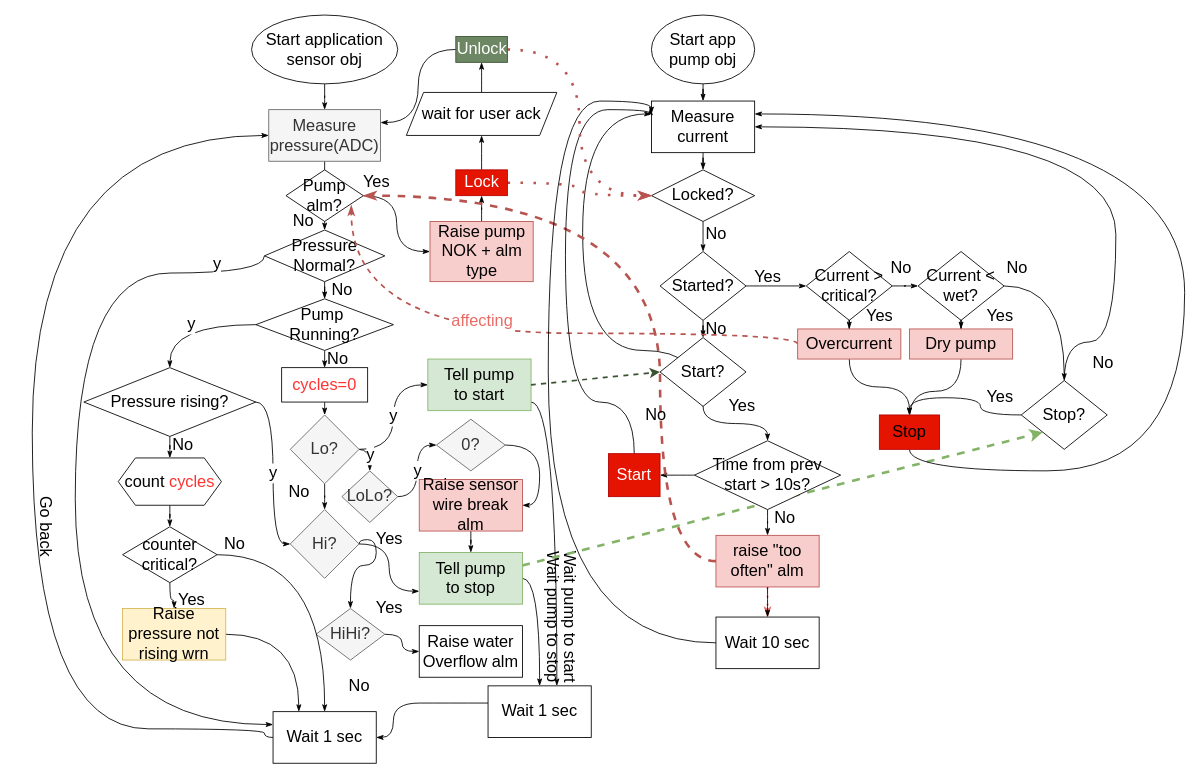
This is page "Algo" (2 of 2) of PumpDriver.drawio from megavad/Diagrams, a draw.io file, before an edit. Source tidied: cells renumbered, new cells numbered last; positions are measured from the earlier drawing's top-left corner, leaving out a move shared by most shapes. Both pictures are drawn from the tidied source at 86%, with x=0, y=0 at pixel (6, 15).
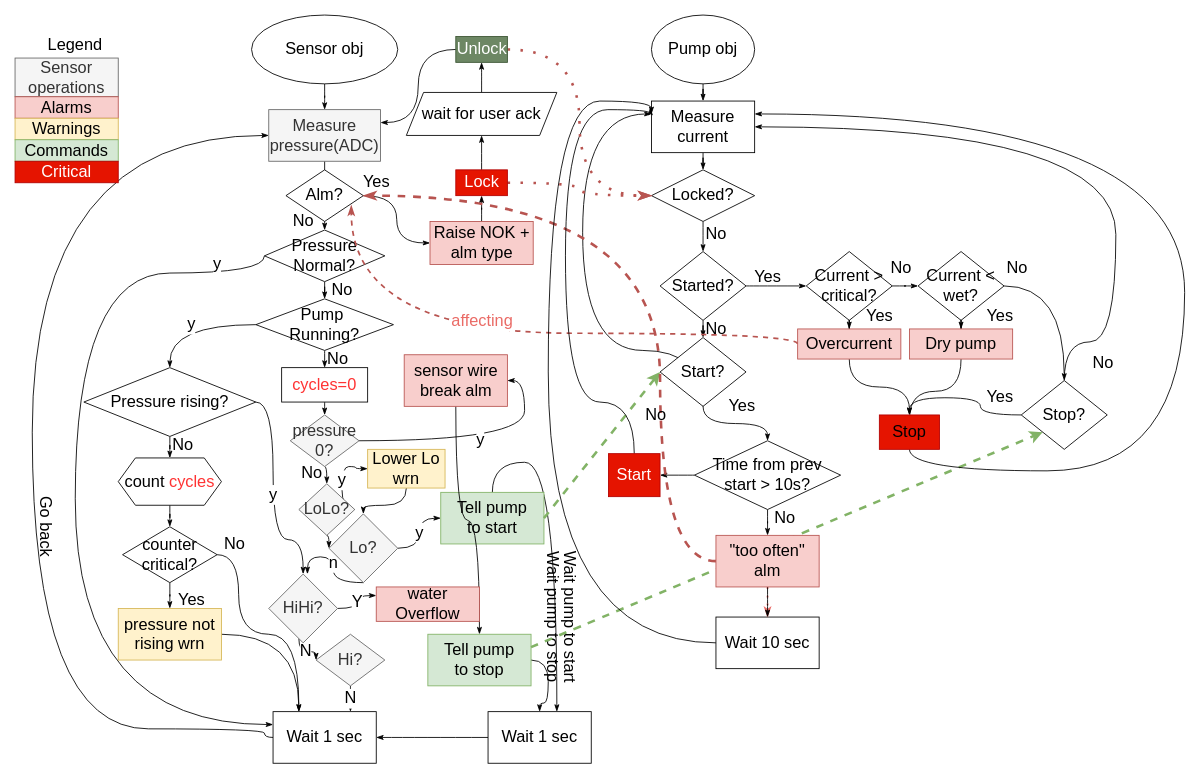
After the change.

The change refers to these unchanged cells:
```xml
<mxCell id="20" value="Wait 1 sec" style="rounded=0;whiteSpace=wrap;html=1;fontSize=19;strokeWidth=1;" parent="1" vertex="1">
  <mxGeometry x="310" y="810" width="120" height="60" as="geometry" />
</mxCell>
<mxCell id="49" value="Start?" style="rhombus;whiteSpace=wrap;html=1;fontSize=19;strokeWidth=1;" parent="1" vertex="1">
  <mxGeometry x="760" y="375" width="100" height="80" as="geometry" />
</mxCell>
<mxCell id="66" value="Pressure rising?" style="rhombus;whiteSpace=wrap;html=1;fontSize=19;strokeWidth=1;" parent="1" vertex="1">
  <mxGeometry x="90" y="410" width="200" height="80" as="geometry" />
</mxCell>
<mxCell id="112" value="counter critical?" style="rhombus;whiteSpace=wrap;html=1;fontSize=19;fontColor=#000000;strokeWidth=1;" parent="1" vertex="1">
  <mxGeometry x="135" y="595" width="110" height="65" as="geometry" />
</mxCell>
<mxCell id="127" value="&lt;span style=&quot;caret-color: rgb(255, 51, 51); color: rgb(255, 51, 51);&quot;&gt;cycles=0&lt;/span&gt;" style="rounded=0;whiteSpace=wrap;html=1;fontSize=19;fontColor=#000000;strokeWidth=1;" parent="1" vertex="1">
  <mxGeometry x="320" y="410" width="100" height="40" as="geometry" />
</mxCell>
```

The edit, as a diff of the source:
```diff
@@
-    <mxCell id="3" value="Start application sensor obj" style="ellipse;whiteSpace=wrap;html=1;fontSize=19;strokeWidth=1;" parent="1" vertex="1">
+    <mxCell id="3" value="Sensor obj" style="ellipse;whiteSpace=wrap;html=1;fontSize=19;strokeWidth=1;" parent="1" vertex="1">
       <mxGeometry x="285" width="170" height="80" as="geometry" />
     </mxCell>
@@
-    <mxCell id="6" style="edgeStyle=orthogonalEdgeStyle;curved=1;jettySize=auto;html=1;exitX=0.5;exitY=1;exitDx=0;exitDy=0;fontSize=19;endArrow=classicThin;endFill=1;strokeColor=default;strokeWidth=1;" parent="1" edge="1" source="9" target="14">
-      <mxGeometry relative="1" as="geometry" />
+    <mxCell id="6" value="n" style="edgeStyle=orthogonalEdgeStyle;curved=1;jettySize=auto;html=1;exitX=0.5;exitY=1;exitDx=0;exitDy=0;fontSize=19;endArrow=classicThin;endFill=1;strokeColor=default;strokeWidth=1;" parent="1" edge="1" source="9">
+      <mxGeometry relative="1" as="geometry">
+        <mxPoint x="350" y="650" as="targetPoint" />
+        <Array as="points">
+          <mxPoint x="380" y="660" />
+          <mxPoint x="380" y="630" />
+          <mxPoint x="350" y="630" />
+        </Array>
+      </mxGeometry>
     </mxCell>
@@
-    <mxCell id="8" value="y" style="edgeStyle=orthogonalEdgeStyle;curved=1;jettySize=auto;html=1;exitX=1;exitY=0.5;exitDx=0;exitDy=0;fontSize=19;fontColor=#000000;endArrow=classicThin;endFill=1;strokeColor=#000000;strokeWidth=1;entryX=0.5;entryY=0;entryDx=0;entryDy=0;" parent="1" edge="1" source="9" target="11">
-      <mxGeometry relative="1" as="geometry" />
-    </mxCell>
     <mxCell id="9" value="Lo?" style="rhombus;whiteSpace=wrap;html=1;fontSize=19;strokeWidth=1;fillColor=#f5f5f5;fontColor=#333333;strokeColor=#666666;" parent="1" vertex="1">
-      <mxGeometry x="330" y="465" width="80" height="80" as="geometry" />
+      <mxGeometry x="375" y="580" width="80" height="80" as="geometry" />
     </mxCell>
-    <mxCell id="10" value="y" style="edgeStyle=orthogonalEdgeStyle;curved=1;jettySize=auto;html=1;fontSize=19;endArrow=classicThin;endFill=1;strokeColor=default;strokeWidth=1;" parent="1" edge="1" source="11" target="71">
-      <mxGeometry relative="1" as="geometry" />
-    </mxCell>
+    <mxCell id="128" value="y" style="edgeStyle=orthogonalEdgeStyle;curved=1;jettySize=auto;html=1;exitX=1;exitY=0.5;exitDx=0;exitDy=0;fontSize=19;fontColor=#000000;endArrow=classicThin;endFill=1;strokeColor=#000000;strokeWidth=1;entryX=0;entryY=0.5;entryDx=0;entryDy=0;" parent="1" edge="1" source="11" target="134">
+      <mxGeometry relative="1" as="geometry">
+        <Array as="points">
+          <mxPoint x="390" y="575" />
+          <mxPoint x="390" y="525" />
+          <mxPoint x="406" y="525" />
+          <mxPoint x="406" y="528" />
+        </Array>
+      </mxGeometry>
+    </mxCell>
+    <mxCell id="129" style="edgeStyle=orthogonalEdgeStyle;curved=1;jettySize=auto;html=1;exitX=0.5;exitY=1;exitDx=0;exitDy=0;entryX=0;entryY=0.5;entryDx=0;entryDy=0;fontSize=19;fontColor=#000000;endArrow=classicThin;endFill=1;strokeColor=#000000;strokeWidth=1;" parent="1" edge="1" source="11" target="9">
+      <mxGeometry relative="1" as="geometry" />
+    </mxCell>
     <mxCell id="11" value="LoLo?" style="rhombus;whiteSpace=wrap;html=1;fontSize=19;strokeWidth=1;fillColor=#f5f5f5;fontColor=#333333;strokeColor=#666666;" parent="1" vertex="1">
-      <mxGeometry x="390" y="530" width="65" height="60" as="geometry" />
+      <mxGeometry x="340" y="545" width="65" height="60" as="geometry" />
     </mxCell>
-    <mxCell id="12" style="edgeStyle=orthogonalEdgeStyle;curved=1;jettySize=auto;html=1;entryX=0;entryY=0.75;entryDx=0;entryDy=0;fontSize=19;endArrow=classicThin;endFill=1;strokeColor=default;strokeWidth=1;" parent="1" edge="1" source="14" target="29">
+    <mxCell id="12" value="Y" style="edgeStyle=orthogonalEdgeStyle;curved=1;jettySize=auto;html=1;entryX=0;entryY=0.25;entryDx=0;entryDy=0;fontSize=19;endArrow=classicThin;endFill=1;strokeColor=default;strokeWidth=1;" parent="1" edge="1" source="14" target="42">
       <mxGeometry relative="1" as="geometry" />
     </mxCell>
-    <mxCell id="13" style="edgeStyle=orthogonalEdgeStyle;curved=1;jettySize=auto;html=1;entryX=0.5;entryY=0;entryDx=0;entryDy=0;fontSize=19;endArrow=classicThin;endFill=1;strokeColor=default;strokeWidth=1;exitX=1;exitY=0.5;exitDx=0;exitDy=0;" parent="1" edge="1" source="14" target="16">
+    <mxCell id="13" value="N" style="edgeStyle=orthogonalEdgeStyle;curved=1;jettySize=auto;html=1;entryX=0;entryY=0.5;entryDx=0;entryDy=0;fontSize=19;fontColor=#000000;endArrow=classicThin;endFill=1;strokeColor=#000000;strokeWidth=1;" parent="1" edge="1" source="14" target="16">
       <mxGeometry relative="1" as="geometry">
         <Array as="points">
-          <mxPoint x="430" y="610" />
-          <mxPoint x="430" y="640" />
-          <mxPoint x="400" y="640" />
+          <mxPoint x="340" y="740" />
         </Array>
       </mxGeometry>
     </mxCell>
-    <mxCell id="14" value="Hi?" style="rhombus;whiteSpace=wrap;html=1;fontSize=19;strokeWidth=1;fillColor=#f5f5f5;fontColor=#333333;strokeColor=#666666;" parent="1" vertex="1">
-      <mxGeometry x="330" y="575" width="80" height="80" as="geometry" />
+    <mxCell id="14" value="HiHi?" style="rhombus;whiteSpace=wrap;html=1;fontSize=19;strokeWidth=1;fillColor=#f5f5f5;fontColor=#333333;strokeColor=#666666;direction=south;" parent="1" vertex="1">
+      <mxGeometry x="305" y="650" width="80" height="80" as="geometry" />
     </mxCell>
-    <mxCell id="15" style="edgeStyle=orthogonalEdgeStyle;curved=1;jettySize=auto;html=1;fontSize=19;endArrow=classicThin;endFill=1;strokeColor=default;strokeWidth=1;" parent="1" edge="1" source="16" target="42">
-      <mxGeometry relative="1" as="geometry" />
-    </mxCell>
+    <mxCell id="130" value="N" style="edgeStyle=orthogonalEdgeStyle;curved=1;jettySize=auto;html=1;exitX=0.5;exitY=1;exitDx=0;exitDy=0;entryX=0.75;entryY=0;entryDx=0;entryDy=0;fontSize=19;fontColor=#000000;endArrow=classicThin;endFill=1;strokeColor=#000000;strokeWidth=1;" parent="1" edge="1" source="16" target="20">
+      <mxGeometry relative="1" as="geometry" />
+    </mxCell>
-    <mxCell id="16" value="HiHi?" style="rhombus;whiteSpace=wrap;html=1;fontSize=19;strokeWidth=1;fillColor=#f5f5f5;fontColor=#333333;strokeColor=#666666;" parent="1" vertex="1">
-      <mxGeometry x="360" y="690" width="80" height="60" as="geometry" />
+    <mxCell id="16" value="Hi?" style="rhombus;whiteSpace=wrap;html=1;fontSize=19;strokeWidth=1;fillColor=#f5f5f5;fontColor=#333333;strokeColor=#666666;" parent="1" vertex="1">
+      <mxGeometry x="360" y="720" width="80" height="60" as="geometry" />
     </mxCell>
     <mxCell id="17" value="No" style="text;html=1;align=center;verticalAlign=middle;strokeColor=none;fillColor=none;fontSize=19;" parent="1" vertex="1">
-      <mxGeometry x="315" y="535" width="50" height="40" as="geometry" />
+      <mxGeometry x="330" y="512.5" width="50" height="40" as="geometry" />
     </mxCell>
-    <mxCell id="18" value="No" style="text;html=1;align=center;verticalAlign=middle;strokeColor=none;fillColor=none;fontSize=19;" parent="1" vertex="1">
-      <mxGeometry x="385" y="760" width="50" height="40" as="geometry" />
-    </mxCell>
@@
     <mxCell id="21" style="edgeStyle=orthogonalEdgeStyle;curved=1;jettySize=auto;html=1;fontSize=19;endArrow=classicThin;endFill=1;strokeColor=default;strokeWidth=1;" parent="1" edge="1" source="22" target="32">
       <mxGeometry relative="1" as="geometry">
         <Array as="points">
-          <mxPoint x="640" y="450" />
+          <mxPoint x="565" y="520" />
+          <mxPoint x="640" y="520" />
         </Array>
       </mxGeometry>
     </mxCell>
     <mxCell id="22" value="Tell pump&lt;br&gt;to start" style="whiteSpace=wrap;html=1;fontSize=19;strokeWidth=1;fillColor=#d5e8d4;strokeColor=#82b366;" parent="1" vertex="1">
-      <mxGeometry x="490" y="400" width="120" height="60" as="geometry" />
+      <mxGeometry x="505" y="555" width="120" height="60" as="geometry" />
     </mxCell>
@@
     <mxCell id="29" value="Tell pump&lt;br&gt;to stop" style="whiteSpace=wrap;html=1;fontSize=19;strokeWidth=1;fillColor=#d5e8d4;strokeColor=#82b366;" parent="1" vertex="1">
-      <mxGeometry x="480" y="625" width="120" height="60" as="geometry" />
+      <mxGeometry x="490" y="720" width="120" height="60" as="geometry" />
     </mxCell>
-    <mxCell id="30" value="Yes" style="text;html=1;align=center;verticalAlign=middle;strokeColor=none;fillColor=none;fontSize=19;" parent="1" vertex="1">
-      <mxGeometry x="420" y="590" width="50" height="40" as="geometry" />
-    </mxCell>
     <mxCell id="31" style="edgeStyle=orthogonalEdgeStyle;curved=1;jettySize=auto;html=1;entryX=1;entryY=0.5;entryDx=0;entryDy=0;fontSize=19;endArrow=classicThin;endFill=1;strokeColor=default;strokeWidth=1;" parent="1" edge="1" source="32" target="20">
       <mxGeometry relative="1" as="geometry">
         <Array as="points">
-          <mxPoint x="510" y="800" />
-          <mxPoint x="450" y="800" />
-          <mxPoint x="450" y="840" />
+          <mxPoint x="480" y="840" />
+          <mxPoint x="480" y="840" />
         </Array>
       </mxGeometry>
     </mxCell>
     <mxCell id="32" value="Wait 1 sec" style="whiteSpace=wrap;html=1;fontSize=19;strokeWidth=1;" parent="1" vertex="1">
-      <mxGeometry x="560" y="780" width="120" height="60" as="geometry" />
+      <mxGeometry x="560" y="810" width="120" height="60" as="geometry" />
     </mxCell>
@@
-    <mxCell id="34" value="Start app pump obj" style="ellipse;whiteSpace=wrap;html=1;fontSize=19;strokeWidth=1;" parent="1" vertex="1">
+    <mxCell id="34" value="Pump obj" style="ellipse;whiteSpace=wrap;html=1;fontSize=19;strokeWidth=1;" parent="1" vertex="1">
       <mxGeometry x="750" width="120" height="80" as="geometry" />
     </mxCell>
@@
-    <mxCell id="41" value="Raise sensor wire break alm" style="whiteSpace=wrap;html=1;fontSize=19;strokeWidth=1;fillColor=#f8cecc;strokeColor=#b85450;" parent="1" vertex="1">
-      <mxGeometry x="480" y="540" width="120" height="60" as="geometry" />
-    </mxCell>
-    <mxCell id="42" value="Raise water Overflow alm" style="whiteSpace=wrap;html=1;fontSize=19;strokeWidth=1;" parent="1" vertex="1">
-      <mxGeometry x="480" y="710" width="120" height="60" as="geometry" />
+    <mxCell id="42" value="water Overflow" style="whiteSpace=wrap;html=1;fontSize=19;strokeWidth=1;fillColor=#f8cecc;strokeColor=#b85450;" parent="1" vertex="1">
+      <mxGeometry x="430" y="665" width="120" height="40" as="geometry" />
     </mxCell>
@@
-    <mxCell id="45" style="endArrow=classic;html=1;fontSize=19;strokeColor=#3A5431;strokeWidth=2;curved=1;exitX=1;exitY=0.5;exitDx=0;exitDy=0;dashed=1;entryX=0;entryY=0.5;entryDx=0;entryDy=0;fillColor=#6d8764;" parent="1" edge="1" source="22" target="49">
+    <mxCell id="45" style="endArrow=classic;html=1;fontSize=19;strokeColor=#82b366;strokeWidth=3;curved=1;exitX=1;exitY=0.5;exitDx=0;exitDy=0;dashed=1;entryX=0;entryY=0.5;entryDx=0;entryDy=0;fillColor=#d5e8d4;" parent="1" edge="1" source="22" target="49">
       <mxGeometry relative="1" as="geometry" />
     </mxCell>
@@
-    <mxCell id="58" value="Pump alm?" style="rhombus;whiteSpace=wrap;html=1;fontSize=19;strokeWidth=1;" parent="1" vertex="1">
+    <mxCell id="58" value="Alm?" style="rhombus;whiteSpace=wrap;html=1;fontSize=19;strokeWidth=1;" parent="1" vertex="1">
       <mxGeometry x="325" y="180" width="90" height="60" as="geometry" />
     </mxCell>
@@
-    <mxCell id="61" value="Raise pump NOK + alm type" style="whiteSpace=wrap;html=1;fontSize=19;strokeWidth=1;fillColor=#f8cecc;strokeColor=#b85450;" parent="1" vertex="1">
-      <mxGeometry x="492.5" y="240" width="120" height="70" as="geometry" />
+    <mxCell id="61" value="Raise NOK + alm type" style="whiteSpace=wrap;html=1;fontSize=19;strokeWidth=1;fillColor=#f8cecc;strokeColor=#b85450;" parent="1" vertex="1">
+      <mxGeometry x="492.5" y="240" width="120" height="50" as="geometry" />
     </mxCell>
@@
     <mxCell id="64" value="y" style="edgeStyle=orthogonalEdgeStyle;curved=1;jettySize=auto;html=1;entryX=0;entryY=0.5;entryDx=0;entryDy=0;fontSize=19;endArrow=classicThin;endFill=1;strokeColor=default;strokeWidth=1;" parent="1" edge="1" source="66" target="14">
-      <mxGeometry relative="1" as="geometry" />
+      <mxGeometry relative="1" as="geometry">
+        <Array as="points">
+          <mxPoint x="310" y="450" />
+          <mxPoint x="310" y="610" />
+          <mxPoint x="345" y="610" />
+        </Array>
+      </mxGeometry>
     </mxCell>
@@
-    <mxCell id="70" style="edgeStyle=orthogonalEdgeStyle;curved=1;jettySize=auto;html=1;entryX=1;entryY=0.5;entryDx=0;entryDy=0;fontSize=19;endArrow=classicThin;endFill=1;strokeColor=default;strokeWidth=1;exitX=1;exitY=0.5;exitDx=0;exitDy=0;" parent="1" edge="1" source="71" target="41">
+    <mxCell id="70" value="y" style="edgeStyle=orthogonalEdgeStyle;curved=1;jettySize=auto;html=1;entryX=1;entryY=0.5;entryDx=0;entryDy=0;fontSize=19;endArrow=classicThin;endFill=1;strokeColor=default;strokeWidth=1;exitX=1;exitY=0.5;exitDx=0;exitDy=0;" parent="1" edge="1" source="71" target="41">
       <mxGeometry relative="1" as="geometry" />
     </mxCell>
+    <mxCell id="131" style="edgeStyle=orthogonalEdgeStyle;curved=1;jettySize=auto;html=1;exitX=0.5;exitY=1;exitDx=0;exitDy=0;entryX=0.5;entryY=0;entryDx=0;entryDy=0;fontSize=19;fontColor=#FF3333;endArrow=classicThin;endFill=1;strokeColor=#000000;strokeWidth=1;" parent="1" edge="1" source="71" target="11">
+      <mxGeometry relative="1" as="geometry" />
+    </mxCell>
-    <mxCell id="71" value="0?" style="rhombus;whiteSpace=wrap;html=1;fontSize=19;strokeWidth=1;fillColor=#f5f5f5;fontColor=#333333;strokeColor=#666666;" parent="1" vertex="1">
-      <mxGeometry x="500" y="470" width="80" height="60" as="geometry" />
+    <mxCell id="71" value="pressure&lt;br&gt;0?" style="rhombus;whiteSpace=wrap;html=1;fontSize=19;strokeWidth=1;fillColor=#f5f5f5;fontColor=#333333;strokeColor=#666666;" parent="1" vertex="1">
+      <mxGeometry x="330" y="465" width="80" height="60" as="geometry" />
     </mxCell>
-    <mxCell id="72" value="Yes" style="text;html=1;align=center;verticalAlign=middle;strokeColor=none;fillColor=none;fontSize=19;" parent="1" vertex="1">
-      <mxGeometry x="420" y="670" width="50" height="40" as="geometry" />
-    </mxCell>
@@
-    <mxCell id="86" value="raise &quot;too often&quot; alm" style="whiteSpace=wrap;html=1;fontSize=19;strokeWidth=1;fillColor=#f8cecc;strokeColor=#b85450;" parent="1" vertex="1">
+    <mxCell id="86" value="&quot;too often&quot; alm" style="whiteSpace=wrap;html=1;fontSize=19;strokeWidth=1;fillColor=#f8cecc;strokeColor=#b85450;" parent="1" vertex="1">
       <mxGeometry x="825" y="605" width="120" height="60" as="geometry" />
     </mxCell>
@@
     <mxCell id="111" style="edgeStyle=orthogonalEdgeStyle;curved=1;jettySize=auto;html=1;fontSize=19;fontColor=#000000;endArrow=classicThin;endFill=1;strokeColor=#000000;strokeWidth=1;" parent="1" edge="1" source="112" target="20">
-      <mxGeometry relative="1" as="geometry" />
+      <mxGeometry relative="1" as="geometry">
+        <Array as="points">
+          <mxPoint x="270" y="628" />
+          <mxPoint x="270" y="720" />
+          <mxPoint x="340" y="720" />
+        </Array>
+      </mxGeometry>
     </mxCell>
@@
-    <mxCell id="114" value="Raise pressure not rising wrn" style="rounded=0;whiteSpace=wrap;html=1;fontSize=19;strokeWidth=1;fillColor=#fff2cc;strokeColor=#d6b656;" parent="1" vertex="1">
-      <mxGeometry x="135" y="690" width="120" height="60" as="geometry" />
+    <mxCell id="114" value="pressure not rising wrn" style="rounded=0;whiteSpace=wrap;html=1;fontSize=19;strokeWidth=1;fillColor=#fff2cc;strokeColor=#d6b656;" parent="1" vertex="1">
+      <mxGeometry x="130" y="690" width="120" height="60" as="geometry" />
     </mxCell>
@@
-    <mxCell id="126" style="edgeStyle=orthogonalEdgeStyle;curved=1;jettySize=auto;html=1;exitX=0.5;exitY=1;exitDx=0;exitDy=0;entryX=0.5;entryY=0;entryDx=0;entryDy=0;fontSize=19;fontColor=#000000;endArrow=classicThin;endFill=1;strokeColor=#000000;strokeWidth=1;" parent="1" edge="1" source="127" target="9">
-      <mxGeometry relative="1" as="geometry" />
-    </mxCell>
+    <mxCell id="132" style="edgeStyle=orthogonalEdgeStyle;curved=1;jettySize=auto;html=1;exitX=0.5;exitY=1;exitDx=0;exitDy=0;entryX=0.5;entryY=0;entryDx=0;entryDy=0;fontSize=19;fontColor=#FF3333;endArrow=classicThin;endFill=1;strokeColor=#000000;strokeWidth=1;" parent="1" edge="1" source="127" target="71">
+      <mxGeometry relative="1" as="geometry" />
+    </mxCell>
@@
+    <mxCell id="41" value="sensor wire break alm" style="whiteSpace=wrap;html=1;fontSize=19;strokeWidth=1;fillColor=#f8cecc;strokeColor=#b85450;" parent="1" vertex="1">
+      <mxGeometry x="462.5" y="395" width="120" height="60" as="geometry" />
+    </mxCell>
+    <mxCell id="133" style="edgeStyle=orthogonalEdgeStyle;curved=1;jettySize=auto;html=1;entryX=0.5;entryY=0;entryDx=0;entryDy=0;fontSize=19;fontColor=#000000;endArrow=classicThin;endFill=1;strokeColor=#000000;strokeWidth=1;" parent="1" edge="1" source="134" target="9">
+      <mxGeometry relative="1" as="geometry" />
+    </mxCell>
+    <mxCell id="134" value="Lower Lo&lt;br&gt;wrn" style="rounded=0;whiteSpace=wrap;html=1;fontSize=19;strokeWidth=1;fillColor=#fff2cc;strokeColor=#d6b656;" parent="1" vertex="1">
+      <mxGeometry x="420" y="505" width="90" height="45" as="geometry" />
+    </mxCell>
+    <mxCell id="135" value="Legend" style="text;html=1;strokeColor=none;fillColor=none;align=center;verticalAlign=middle;whiteSpace=wrap;rounded=0;fontSize=19;fontColor=#000000;" parent="1" vertex="1">
+      <mxGeometry x="50" y="20" width="60" height="30" as="geometry" />
+    </mxCell>
+    <mxCell id="136" value="Sensor operations" style="rounded=0;whiteSpace=wrap;html=1;fontSize=19;fontColor=#333333;strokeWidth=1;fillColor=#f5f5f5;strokeColor=#666666;" parent="1" vertex="1">
+      <mxGeometry x="10" y="50" width="120" height="45" as="geometry" />
+    </mxCell>
+    <mxCell id="137" value="Alarms" style="rounded=0;whiteSpace=wrap;html=1;fontSize=19;strokeWidth=1;fillColor=#f8cecc;strokeColor=#b85450;" parent="1" vertex="1">
+      <mxGeometry x="10" y="95" width="120" height="25" as="geometry" />
+    </mxCell>
+    <mxCell id="138" value="Warnings" style="rounded=0;whiteSpace=wrap;html=1;fontSize=19;strokeWidth=1;fillColor=#fff2cc;strokeColor=#d6b656;" parent="1" vertex="1">
+      <mxGeometry x="10" y="120" width="120" height="25" as="geometry" />
+    </mxCell>
+    <mxCell id="139" value="Commands" style="rounded=0;whiteSpace=wrap;html=1;fontSize=19;strokeWidth=1;fillColor=#d5e8d4;strokeColor=#82b366;" parent="1" vertex="1">
+      <mxGeometry x="10" y="145" width="120" height="25" as="geometry" />
+    </mxCell>
+    <mxCell id="140" value="Critical" style="rounded=0;whiteSpace=wrap;html=1;fontSize=19;strokeWidth=1;fillColor=#e51400;strokeColor=#B20000;fontColor=#ffffff;" parent="1" vertex="1">
+      <mxGeometry x="10" y="170" width="120" height="25" as="geometry" />
+    </mxCell>
```
